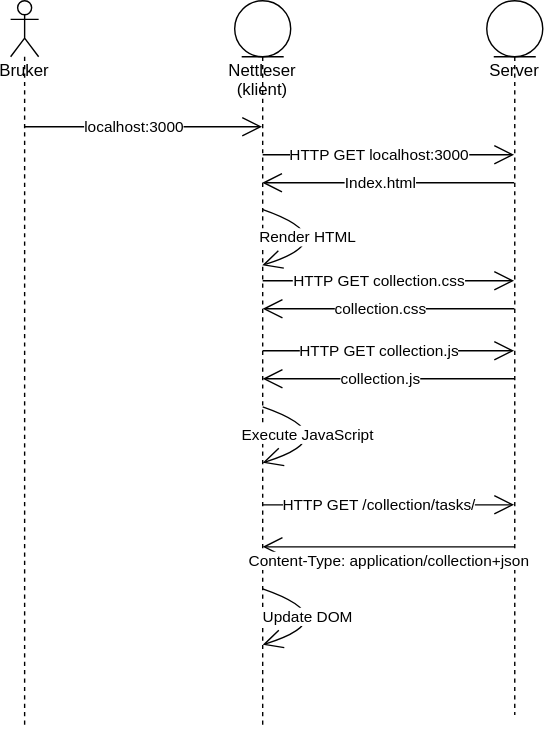
The draw.io diagram gfx/chapter-3/html-client-sequence-diagram.drawio.svg in thomaswolff/hypermedia-book, before a commit. Source tidied: cells renumbered, new cells last; positions are measured from the earlier drawing's top-left corner, leaving out a move shared by most shapes.
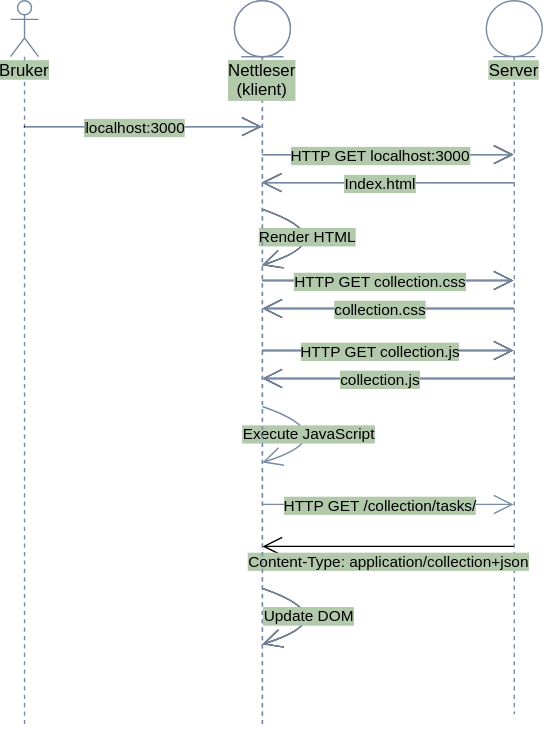
After the commit.

Commit message:
Oppdaterte farger i skisser

The edit, as a diff of the source:
```diff
@@ -2,13 +2,13 @@
   <root>
     <mxCell id="0" />
     <mxCell id="1" parent="0" />
-    <mxCell id="2" value="Bruker" style="shape=umlLifeline;participant=umlActor;perimeter=lifelinePerimeter;whiteSpace=wrap;html=1;verticalAlign=top;spacingTop=36;outlineConnect=0;" parent="1" vertex="1">
+    <mxCell id="2" value="Bruker" style="shape=umlLifeline;participant=umlActor;perimeter=lifelinePerimeter;whiteSpace=wrap;html=1;verticalAlign=top;spacingTop=36;outlineConnect=0;fontColor=#000000;labelBorderColor=none;labelBackgroundColor=#B2C9AB;strokeColor=#788AA3;" parent="1" vertex="1">
       <mxGeometry width="20" height="520" as="geometry" />
     </mxCell>
-    <mxCell id="3" value="Nettleser&lt;br&gt;(klient)" style="shape=umlLifeline;participant=umlEntity;perimeter=lifelinePerimeter;whiteSpace=wrap;html=1;verticalAlign=top;spacingTop=36;outlineConnect=0;" parent="1" vertex="1">
+    <mxCell id="3" value="Nettleser&lt;br&gt;(klient)" style="shape=umlLifeline;participant=umlEntity;perimeter=lifelinePerimeter;whiteSpace=wrap;html=1;verticalAlign=top;spacingTop=36;outlineConnect=0;fontColor=#000000;labelBorderColor=none;labelBackgroundColor=#B2C9AB;strokeColor=#788AA3;" parent="1" vertex="1">
       <mxGeometry x="160" width="40" height="520" as="geometry" />
     </mxCell>
-    <mxCell id="4" style="endArrow=open;endFill=1;endSize=12;html=1;" parent="3" edge="1">
+    <mxCell id="4" style="endArrow=open;endFill=1;endSize=12;html=1;fontColor=#000000;labelBorderColor=none;labelBackgroundColor=#B2C9AB;" parent="3" edge="1">
       <mxGeometry relative="1" as="geometry">
         <mxPoint x="20" y="200" as="sourcePoint" />
         <mxPoint x="199.5" y="200" as="targetPoint" />
@@ -17,10 +17,10 @@
         </Array>
       </mxGeometry>
     </mxCell>
-    <mxCell id="5" value="HTTP GET collection.css" style="edgeLabel;html=1;align=center;verticalAlign=middle;" parent="4" vertex="1">
+    <mxCell id="5" value="HTTP GET collection.css" style="edgeLabel;html=1;align=center;verticalAlign=middle;fontColor=#000000;labelBorderColor=none;labelBackgroundColor=#B2C9AB;" parent="4" vertex="1">
       <mxGeometry x="-0.08" relative="1" as="geometry" />
     </mxCell>
-    <mxCell id="6" style="endArrow=open;endFill=1;endSize=12;html=1;curved=1;" parent="3" edge="1">
+    <mxCell id="6" style="endArrow=open;endFill=1;endSize=12;html=1;curved=1;fontColor=#000000;labelBorderColor=none;labelBackgroundColor=#B2C9AB;" parent="3" edge="1">
       <mxGeometry relative="1" as="geometry">
         <mxPoint x="20" y="420" as="sourcePoint" />
         <mxPoint x="20" y="460" as="targetPoint" />
@@ -29,23 +29,23 @@
         </Array>
       </mxGeometry>
     </mxCell>
-    <mxCell id="7" value="Update DOM" style="edgeLabel;html=1;align=center;verticalAlign=middle;" parent="6" vertex="1">
+    <mxCell id="7" value="Update DOM" style="edgeLabel;html=1;align=center;verticalAlign=middle;fontColor=#000000;labelBorderColor=none;labelBackgroundColor=#B2C9AB;" parent="6" vertex="1">
       <mxGeometry x="-0.42" y="-8" relative="1" as="geometry" />
     </mxCell>
-    <mxCell id="8" value="Server" style="shape=umlLifeline;participant=umlEntity;perimeter=lifelinePerimeter;whiteSpace=wrap;html=1;verticalAlign=top;spacingTop=36;outlineConnect=0;" parent="1" vertex="1">
+    <mxCell id="8" value="Server" style="shape=umlLifeline;participant=umlEntity;perimeter=lifelinePerimeter;whiteSpace=wrap;html=1;verticalAlign=top;spacingTop=36;outlineConnect=0;fontColor=#000000;labelBorderColor=none;labelBackgroundColor=#B2C9AB;strokeColor=#788AA3;" parent="1" vertex="1">
       <mxGeometry x="340" width="40" height="510" as="geometry" />
     </mxCell>
-    <mxCell id="9" style="endArrow=open;endFill=1;endSize=12;html=1;" parent="1" edge="1" source="2" target="3">
+    <mxCell id="9" style="endArrow=open;endFill=1;endSize=12;html=1;fontColor=#000000;labelBorderColor=none;labelBackgroundColor=#B2C9AB;" parent="1" edge="1" source="2" target="3">
       <mxGeometry relative="1" as="geometry">
         <Array as="points">
           <mxPoint x="80" y="90" />
         </Array>
       </mxGeometry>
     </mxCell>
-    <mxCell id="10" value="localhost:3000" style="edgeLabel;html=1;align=center;verticalAlign=middle;" parent="9" vertex="1">
+    <mxCell id="10" value="localhost:3000" style="edgeLabel;html=1;align=center;verticalAlign=middle;fontColor=#000000;labelBorderColor=none;labelBackgroundColor=#B2C9AB;" parent="9" vertex="1">
       <mxGeometry x="-0.08" relative="1" as="geometry" />
     </mxCell>
-    <mxCell id="11" style="endArrow=open;endFill=1;endSize=12;html=1;" parent="1" edge="1" target="8">
+    <mxCell id="11" style="endArrow=open;endFill=1;endSize=12;html=1;fontColor=#000000;labelBorderColor=none;labelBackgroundColor=#B2C9AB;" parent="1" edge="1" target="8">
       <mxGeometry relative="1" as="geometry">
         <mxPoint x="180" y="110" as="sourcePoint" />
         <Array as="points">
@@ -53,20 +53,20 @@
         </Array>
       </mxGeometry>
     </mxCell>
-    <mxCell id="12" value="HTTP GET localhost:3000" style="edgeLabel;html=1;align=center;verticalAlign=middle;" parent="11" vertex="1">
+    <mxCell id="12" value="HTTP GET localhost:3000" style="edgeLabel;html=1;align=center;verticalAlign=middle;fontColor=#000000;labelBorderColor=none;labelBackgroundColor=#B2C9AB;" parent="11" vertex="1">
       <mxGeometry x="-0.08" relative="1" as="geometry" />
     </mxCell>
-    <mxCell id="13" style="endArrow=open;endFill=1;endSize=12;html=1;" parent="1" edge="1" source="8" target="3">
+    <mxCell id="13" style="endArrow=open;endFill=1;endSize=12;html=1;fontColor=#000000;labelBorderColor=none;labelBackgroundColor=#B2C9AB;" parent="1" edge="1" source="8" target="3">
       <mxGeometry relative="1" as="geometry">
         <Array as="points">
           <mxPoint x="280" y="130" />
         </Array>
       </mxGeometry>
     </mxCell>
-    <mxCell id="14" value="Index.html" style="edgeLabel;html=1;align=center;verticalAlign=middle;" parent="13" vertex="1">
+    <mxCell id="14" value="Index.html" style="edgeLabel;html=1;align=center;verticalAlign=middle;fontColor=#000000;labelBorderColor=none;labelBackgroundColor=#B2C9AB;" parent="13" vertex="1">
       <mxGeometry x="0.07" relative="1" as="geometry" />
     </mxCell>
-    <mxCell id="15" style="endArrow=open;endFill=1;endSize=12;html=1;" parent="1" edge="1">
+    <mxCell id="15" style="endArrow=open;endFill=1;endSize=12;html=1;fontColor=#000000;labelBorderColor=none;labelBackgroundColor=#B2C9AB;" parent="1" edge="1">
       <mxGeometry relative="1" as="geometry">
         <mxPoint x="359.7" y="220" as="sourcePoint" />
         <mxPoint x="180" y="220" as="targetPoint" />
@@ -75,10 +75,10 @@
         </Array>
       </mxGeometry>
     </mxCell>
-    <mxCell id="16" value="collection.css" style="edgeLabel;html=1;align=center;verticalAlign=middle;" parent="15" vertex="1">
+    <mxCell id="16" value="collection.css" style="edgeLabel;html=1;align=center;verticalAlign=middle;fontColor=#000000;labelBorderColor=none;labelBackgroundColor=#B2C9AB;" parent="15" vertex="1">
       <mxGeometry x="0.07" relative="1" as="geometry" />
     </mxCell>
-    <mxCell id="17" style="endArrow=open;endFill=1;endSize=12;html=1;" parent="1" edge="1">
+    <mxCell id="17" style="endArrow=open;endFill=1;endSize=12;html=1;fontColor=#000000;labelBorderColor=none;labelBackgroundColor=#B2C9AB;" parent="1" edge="1">
       <mxGeometry relative="1" as="geometry">
         <mxPoint x="180" y="250" as="sourcePoint" />
         <mxPoint x="359.5" y="250" as="targetPoint" />
@@ -87,10 +87,10 @@
         </Array>
       </mxGeometry>
     </mxCell>
-    <mxCell id="18" value="HTTP GET collection.js" style="edgeLabel;html=1;align=center;verticalAlign=middle;" parent="17" vertex="1">
+    <mxCell id="18" value="HTTP GET collection.js" style="edgeLabel;html=1;align=center;verticalAlign=middle;fontColor=#000000;labelBorderColor=none;labelBackgroundColor=#B2C9AB;" parent="17" vertex="1">
       <mxGeometry x="-0.08" relative="1" as="geometry" />
     </mxCell>
-    <mxCell id="19" style="endArrow=open;endFill=1;endSize=12;html=1;" parent="1" edge="1">
+    <mxCell id="19" style="endArrow=open;endFill=1;endSize=12;html=1;fontColor=#000000;labelBorderColor=none;labelBackgroundColor=#B2C9AB;" parent="1" edge="1">
       <mxGeometry relative="1" as="geometry">
         <mxPoint x="359.7" y="270" as="sourcePoint" />
         <mxPoint x="180" y="270" as="targetPoint" />
@@ -99,10 +99,10 @@
         </Array>
       </mxGeometry>
     </mxCell>
-    <mxCell id="20" value="collection.js" style="edgeLabel;html=1;align=center;verticalAlign=middle;" parent="19" vertex="1">
+    <mxCell id="20" value="collection.js" style="edgeLabel;html=1;align=center;verticalAlign=middle;fontColor=#000000;labelBorderColor=none;labelBackgroundColor=#B2C9AB;" parent="19" vertex="1">
       <mxGeometry x="0.07" relative="1" as="geometry" />
     </mxCell>
-    <mxCell id="21" style="endArrow=open;endFill=1;endSize=12;html=1;curved=1;" parent="1" edge="1">
+    <mxCell id="21" style="endArrow=open;endFill=1;endSize=12;html=1;curved=1;fontColor=#000000;labelBorderColor=none;labelBackgroundColor=#B2C9AB;" parent="1" edge="1">
       <mxGeometry relative="1" as="geometry">
         <mxPoint x="179.7" y="149" as="sourcePoint" />
         <mxPoint x="179.7" y="189" as="targetPoint" />
@@ -111,10 +111,10 @@
         </Array>
       </mxGeometry>
     </mxCell>
-    <mxCell id="22" value="Render HTML" style="edgeLabel;html=1;align=center;verticalAlign=middle;" parent="21" vertex="1">
+    <mxCell id="22" value="Render HTML" style="edgeLabel;html=1;align=center;verticalAlign=middle;fontColor=#000000;labelBorderColor=none;labelBackgroundColor=#B2C9AB;" parent="21" vertex="1">
       <mxGeometry x="-0.42" y="-8" relative="1" as="geometry" />
     </mxCell>
-    <mxCell id="23" style="endArrow=open;endFill=1;endSize=12;html=1;curved=1;" parent="1" edge="1">
+    <mxCell id="23" style="endArrow=open;endFill=1;endSize=12;html=1;curved=1;fontColor=#000000;labelBorderColor=none;labelBackgroundColor=#B2C9AB;strokeColor=#788AA3;" parent="1" edge="1">
       <mxGeometry relative="1" as="geometry">
         <mxPoint x="180" y="290" as="sourcePoint" />
         <mxPoint x="180" y="330" as="targetPoint" />
@@ -123,10 +123,10 @@
         </Array>
       </mxGeometry>
     </mxCell>
-    <mxCell id="24" value="Execute JavaScript" style="edgeLabel;html=1;align=center;verticalAlign=middle;" parent="23" vertex="1">
+    <mxCell id="24" value="Execute JavaScript" style="edgeLabel;html=1;align=center;verticalAlign=middle;fontColor=#000000;labelBorderColor=none;labelBackgroundColor=#B2C9AB;" parent="23" vertex="1">
       <mxGeometry x="-0.42" y="-8" relative="1" as="geometry" />
     </mxCell>
-    <mxCell id="25" style="endArrow=open;endFill=1;endSize=12;html=1;" parent="1" edge="1">
+    <mxCell id="25" style="endArrow=open;endFill=1;endSize=12;html=1;fontColor=#000000;labelBorderColor=none;labelBackgroundColor=#B2C9AB;strokeColor=#788AA3;" parent="1" edge="1">
       <mxGeometry relative="1" as="geometry">
         <mxPoint x="180" y="360" as="sourcePoint" />
         <mxPoint x="359.5" y="360" as="targetPoint" />
@@ -135,10 +135,10 @@
         </Array>
       </mxGeometry>
     </mxCell>
-    <mxCell id="26" value="HTTP GET /collection/tasks/" style="edgeLabel;html=1;align=center;verticalAlign=middle;" parent="25" vertex="1">
+    <mxCell id="26" value="HTTP GET /collection/tasks/" style="edgeLabel;html=1;align=center;verticalAlign=middle;fontColor=#000000;labelBorderColor=none;labelBackgroundColor=#B2C9AB;" parent="25" vertex="1">
       <mxGeometry x="-0.08" relative="1" as="geometry" />
     </mxCell>
-    <mxCell id="27" style="endArrow=open;endFill=1;endSize=12;html=1;" parent="1" edge="1">
+    <mxCell id="27" style="endArrow=open;endFill=1;endSize=12;html=1;fontColor=#000000;labelBorderColor=none;labelBackgroundColor=#B2C9AB;" parent="1" edge="1">
       <mxGeometry relative="1" as="geometry">
         <mxPoint x="359.7" y="390" as="sourcePoint" />
         <mxPoint x="180" y="390" as="targetPoint" />
@@ -147,10 +147,119 @@
         </Array>
       </mxGeometry>
     </mxCell>
-    <mxCell id="28" value="Content-Type: application/collection+json" style="edgeLabel;html=1;align=center;verticalAlign=middle;" parent="27" vertex="1">
+    <mxCell id="28" value="Content-Type: application/collection+json" style="edgeLabel;html=1;align=center;verticalAlign=middle;fontColor=#000000;labelBorderColor=none;labelBackgroundColor=#B2C9AB;" parent="27" vertex="1">
       <mxGeometry x="0.07" relative="1" as="geometry">
         <mxPoint x="6" y="10" as="offset" />
       </mxGeometry>
     </mxCell>
+    <mxCell id="29" style="endArrow=open;endFill=1;endSize=12;html=1;fontColor=#000000;labelBorderColor=none;labelBackgroundColor=#B2C9AB;strokeColor=#788AA3;" parent="1" edge="1" target="37">
+      <mxGeometry relative="1" as="geometry">
+        <mxPoint x="10.2" y="90" as="sourcePoint" />
+        <Array as="points">
+          <mxPoint x="80" y="90" />
+        </Array>
+      </mxGeometry>
+    </mxCell>
+    <mxCell id="30" value="localhost:3000" style="edgeLabel;html=1;align=center;verticalAlign=middle;fontColor=#000000;labelBorderColor=none;labelBackgroundColor=#B2C9AB;" parent="29" vertex="1">
+      <mxGeometry x="-0.08" relative="1" as="geometry" />
+    </mxCell>
+    <mxCell id="31" style="endArrow=open;endFill=1;endSize=12;html=1;fontColor=#000000;labelBorderColor=none;labelBackgroundColor=#B2C9AB;strokeColor=#788AA3;" parent="1" edge="1">
+      <mxGeometry relative="1" as="geometry">
+        <mxPoint x="180" y="110" as="sourcePoint" />
+        <mxPoint x="359.5" y="110" as="targetPoint" />
+        <Array as="points">
+          <mxPoint x="250.2" y="110" />
+        </Array>
+      </mxGeometry>
+    </mxCell>
+    <mxCell id="32" value="HTTP GET localhost:3000" style="edgeLabel;html=1;align=center;verticalAlign=middle;fontColor=#000000;labelBorderColor=none;labelBackgroundColor=#B2C9AB;" parent="31" vertex="1">
+      <mxGeometry x="-0.08" relative="1" as="geometry" />
+    </mxCell>
+    <mxCell id="33" style="endArrow=open;endFill=1;endSize=12;html=1;fontColor=#000000;labelBorderColor=none;labelBackgroundColor=#B2C9AB;strokeColor=#788AA3;" parent="1" edge="1" target="37">
+      <mxGeometry relative="1" as="geometry">
+        <mxPoint x="359.5" y="130" as="sourcePoint" />
+        <Array as="points">
+          <mxPoint x="280" y="130" />
+        </Array>
+      </mxGeometry>
+    </mxCell>
+    <mxCell id="34" value="Index.html" style="edgeLabel;html=1;align=center;verticalAlign=middle;fontColor=#000000;labelBorderColor=none;labelBackgroundColor=#B2C9AB;" parent="33" vertex="1">
+      <mxGeometry x="0.07" relative="1" as="geometry" />
+    </mxCell>
+    <mxCell id="35" style="endArrow=open;endFill=1;endSize=12;html=1;curved=1;fontColor=#000000;labelBorderColor=none;labelBackgroundColor=#B2C9AB;strokeColor=#788AA3;" parent="1" edge="1">
+      <mxGeometry relative="1" as="geometry">
+        <mxPoint x="179.7" y="149" as="sourcePoint" />
+        <mxPoint x="179.7" y="189" as="targetPoint" />
+        <Array as="points">
+          <mxPoint x="240" y="170" />
+        </Array>
+      </mxGeometry>
+    </mxCell>
+    <mxCell id="36" value="Render HTML" style="edgeLabel;html=1;align=center;verticalAlign=middle;fontColor=#000000;labelBorderColor=none;labelBackgroundColor=#B2C9AB;" parent="35" vertex="1">
+      <mxGeometry x="-0.42" y="-8" relative="1" as="geometry" />
+    </mxCell>
+    <mxCell id="37" value="Nettleser&lt;br&gt;(klient)" style="shape=umlLifeline;participant=umlEntity;perimeter=lifelinePerimeter;whiteSpace=wrap;html=1;verticalAlign=top;spacingTop=36;outlineConnect=0;fontColor=#000000;labelBorderColor=none;labelBackgroundColor=#B2C9AB;strokeColor=#788AA3;" parent="1" vertex="1">
+      <mxGeometry x="160" width="40" height="520" as="geometry" />
+    </mxCell>
+    <mxCell id="38" style="endArrow=open;endFill=1;endSize=12;html=1;fontColor=#000000;labelBorderColor=none;labelBackgroundColor=#B2C9AB;strokeColor=#788AA3;" parent="37" edge="1">
+      <mxGeometry relative="1" as="geometry">
+        <mxPoint x="20" y="200" as="sourcePoint" />
+        <mxPoint x="199.5" y="200" as="targetPoint" />
+        <Array as="points">
+          <mxPoint x="90.2" y="200" />
+        </Array>
+      </mxGeometry>
+    </mxCell>
+    <mxCell id="39" value="HTTP GET collection.css" style="edgeLabel;html=1;align=center;verticalAlign=middle;fontColor=#000000;labelBorderColor=none;labelBackgroundColor=#B2C9AB;" parent="38" vertex="1">
+      <mxGeometry x="-0.08" relative="1" as="geometry" />
+    </mxCell>
+    <mxCell id="40" style="endArrow=open;endFill=1;endSize=12;html=1;curved=1;fontColor=#000000;labelBorderColor=none;labelBackgroundColor=#B2C9AB;strokeColor=#788AA3;" parent="37" edge="1">
+      <mxGeometry relative="1" as="geometry">
+        <mxPoint x="20" y="420" as="sourcePoint" />
+        <mxPoint x="20" y="460" as="targetPoint" />
+        <Array as="points">
+          <mxPoint x="80.3" y="441" />
+        </Array>
+      </mxGeometry>
+    </mxCell>
+    <mxCell id="41" value="Update DOM" style="edgeLabel;html=1;align=center;verticalAlign=middle;fontColor=#000000;labelBorderColor=none;labelBackgroundColor=#B2C9AB;" parent="40" vertex="1">
+      <mxGeometry x="-0.42" y="-8" relative="1" as="geometry" />
+    </mxCell>
+    <mxCell id="42" style="endArrow=open;endFill=1;endSize=12;html=1;fontColor=#000000;labelBorderColor=none;labelBackgroundColor=#B2C9AB;strokeColor=#788AA3;" parent="1" edge="1">
+      <mxGeometry relative="1" as="geometry">
+        <mxPoint x="359.7" y="220" as="sourcePoint" />
+        <mxPoint x="180" y="220" as="targetPoint" />
+        <Array as="points">
+          <mxPoint x="280.2" y="220" />
+        </Array>
+      </mxGeometry>
+    </mxCell>
+    <mxCell id="43" value="collection.css" style="edgeLabel;html=1;align=center;verticalAlign=middle;fontColor=#000000;labelBorderColor=none;labelBackgroundColor=#B2C9AB;" parent="42" vertex="1">
+      <mxGeometry x="0.07" relative="1" as="geometry" />
+    </mxCell>
+    <mxCell id="44" style="endArrow=open;endFill=1;endSize=12;html=1;fontColor=#000000;labelBorderColor=none;labelBackgroundColor=#B2C9AB;strokeColor=#788AA3;" parent="1" edge="1">
+      <mxGeometry relative="1" as="geometry">
+        <mxPoint x="180" y="250" as="sourcePoint" />
+        <mxPoint x="359.5" y="250" as="targetPoint" />
+        <Array as="points">
+          <mxPoint x="250.2" y="250" />
+        </Array>
+      </mxGeometry>
+    </mxCell>
+    <mxCell id="45" value="HTTP GET collection.js" style="edgeLabel;html=1;align=center;verticalAlign=middle;fontColor=#000000;labelBorderColor=none;labelBackgroundColor=#B2C9AB;" parent="44" vertex="1">
+      <mxGeometry x="-0.08" relative="1" as="geometry" />
+    </mxCell>
+    <mxCell id="46" style="endArrow=open;endFill=1;endSize=12;html=1;fontColor=#000000;labelBorderColor=none;labelBackgroundColor=#B2C9AB;strokeColor=#788AA3;" parent="1" edge="1">
+      <mxGeometry relative="1" as="geometry">
+        <mxPoint x="359.7" y="270" as="sourcePoint" />
+        <mxPoint x="180" y="270" as="targetPoint" />
+        <Array as="points">
+          <mxPoint x="280.2" y="270" />
+        </Array>
+      </mxGeometry>
+    </mxCell>
+    <mxCell id="47" value="collection.js" style="edgeLabel;html=1;align=center;verticalAlign=middle;fontColor=#000000;labelBorderColor=none;labelBackgroundColor=#B2C9AB;" parent="46" vertex="1">
+      <mxGeometry x="0.07" relative="1" as="geometry" />
+    </mxCell>
   </root>
 </mxGraphModel>
```
